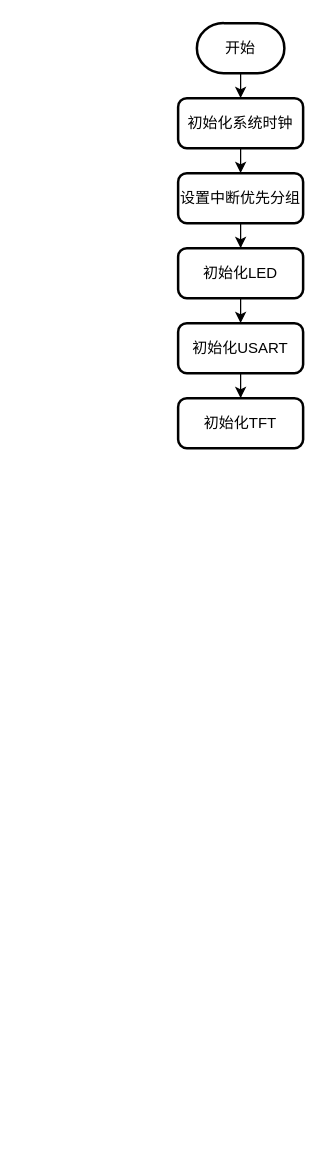
Earlier version of the draw.io diagram ARM-TFT主函数流程图.drawio (BenFromHRBUST/MyFiles). Source tidied: cells renumbered, new cells numbered last; positions are measured from the earlier drawing's top-left corner, leaving out a move shared by most shapes. Both pictures are drawn from the tidied source at 125%, with x=0, y=0 at pixel (178, 22).
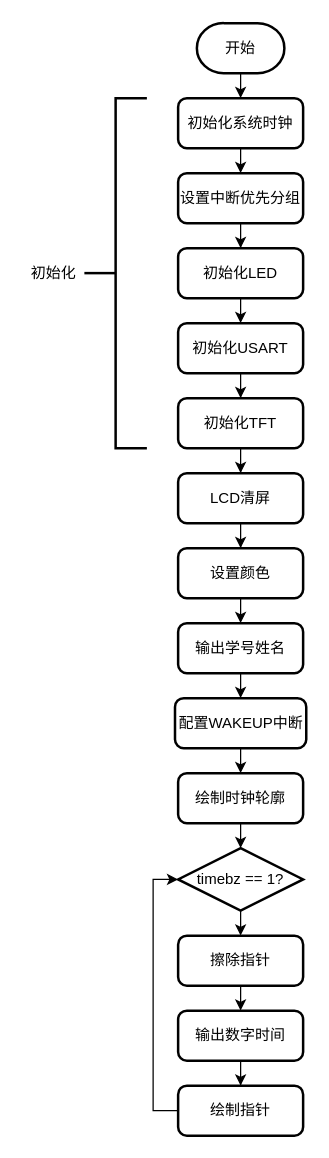
The same page after the edit.

Commit message:
更新ARM-TFT主函数流程图.drawio

The change refers to these unchanged cells:
```xml
<mxCell id="12" value="初始化TFT" style="rounded=1;whiteSpace=wrap;html=1;absoluteArcSize=1;arcSize=14;strokeWidth=2;" parent="1" vertex="1">
  <mxGeometry y="300" width="100" height="40" as="geometry" />
</mxCell>
```

The edit, as a diff of the source:
```diff
@@
+    <mxCell id="13" style="edgeStyle=orthogonalEdgeStyle;rounded=0;jettySize=auto;html=1;exitX=0.5;exitY=1;exitDx=0;exitDy=0;" parent="1" edge="1" source="12" target="17">
+      <mxGeometry relative="1" as="geometry" />
+    </mxCell>
@@
+    <mxCell id="14" style="strokeWidth=2;html=1;shape=mxgraph.flowchart.annotation_2;align=left;labelPosition=right;" parent="1" vertex="1">
+      <mxGeometry x="-75" y="60" width="50" height="280" as="geometry" />
+    </mxCell>
+    <mxCell id="15" value="&lt;div&gt;初始化&lt;/div&gt;" style="text;html=1;align=center;verticalAlign=middle;direction=east;" parent="1" vertex="1">
+      <mxGeometry x="-125" y="190" width="50" height="20" as="geometry" />
+    </mxCell>
+    <mxCell id="16" style="edgeStyle=orthogonalEdgeStyle;rounded=0;jettySize=auto;html=1;exitX=0.5;exitY=1;exitDx=0;exitDy=0;" parent="1" edge="1" source="17" target="19">
+      <mxGeometry relative="1" as="geometry" />
+    </mxCell>
+    <mxCell id="17" value="LCD清屏" style="rounded=1;whiteSpace=wrap;html=1;absoluteArcSize=1;arcSize=14;strokeWidth=2;" parent="1" vertex="1">
+      <mxGeometry y="360" width="100" height="40" as="geometry" />
+    </mxCell>
+    <mxCell id="18" style="edgeStyle=orthogonalEdgeStyle;rounded=0;jettySize=auto;html=1;exitX=0.5;exitY=1;exitDx=0;exitDy=0;entryX=0.5;entryY=0;entryDx=0;entryDy=0;" parent="1" edge="1" source="19" target="21">
+      <mxGeometry relative="1" as="geometry" />
+    </mxCell>
+    <mxCell id="19" value="设置颜色" style="rounded=1;whiteSpace=wrap;html=1;absoluteArcSize=1;arcSize=14;strokeWidth=2;" parent="1" vertex="1">
+      <mxGeometry y="420" width="100" height="40" as="geometry" />
+    </mxCell>
+    <mxCell id="20" style="edgeStyle=orthogonalEdgeStyle;rounded=0;jettySize=auto;html=1;exitX=0.5;exitY=1;exitDx=0;exitDy=0;entryX=0.5;entryY=0;entryDx=0;entryDy=0;" parent="1" edge="1" source="21" target="23">
+      <mxGeometry relative="1" as="geometry" />
+    </mxCell>
+    <mxCell id="21" value="输出学号姓名" style="rounded=1;whiteSpace=wrap;html=1;absoluteArcSize=1;arcSize=14;strokeWidth=2;" parent="1" vertex="1">
+      <mxGeometry y="480" width="100" height="40" as="geometry" />
+    </mxCell>
+    <mxCell id="22" style="edgeStyle=orthogonalEdgeStyle;rounded=0;jettySize=auto;html=1;exitX=0.5;exitY=1;exitDx=0;exitDy=0;entryX=0.5;entryY=0;entryDx=0;entryDy=0;" parent="1" edge="1" source="23" target="25">
+      <mxGeometry relative="1" as="geometry" />
+    </mxCell>
+    <mxCell id="23" value="配置WAKEUP中断" style="rounded=1;whiteSpace=wrap;html=1;absoluteArcSize=1;arcSize=14;strokeWidth=2;" parent="1" vertex="1">
+      <mxGeometry x="-2.5" y="540" width="105" height="40" as="geometry" />
+    </mxCell>
+    <mxCell id="24" style="edgeStyle=orthogonalEdgeStyle;rounded=0;jettySize=auto;html=1;exitX=0.5;exitY=1;exitDx=0;exitDy=0;entryX=0.5;entryY=0;entryDx=0;entryDy=0;entryPerimeter=0;" parent="1" edge="1" source="25" target="27">
+      <mxGeometry relative="1" as="geometry" />
+    </mxCell>
+    <mxCell id="25" value="绘制时钟轮廓" style="rounded=1;whiteSpace=wrap;html=1;absoluteArcSize=1;arcSize=14;strokeWidth=2;" parent="1" vertex="1">
+      <mxGeometry y="600" width="100" height="40" as="geometry" />
+    </mxCell>
+    <mxCell id="26" style="edgeStyle=orthogonalEdgeStyle;rounded=0;jettySize=auto;html=1;exitX=0.5;exitY=1;exitDx=0;exitDy=0;exitPerimeter=0;entryX=0.5;entryY=0;entryDx=0;entryDy=0;" parent="1" edge="1" source="27" target="29">
+      <mxGeometry relative="1" as="geometry" />
+    </mxCell>
+    <mxCell id="27" value="timebz == 1?" style="strokeWidth=2;html=1;shape=mxgraph.flowchart.decision;whiteSpace=wrap;" parent="1" vertex="1">
+      <mxGeometry y="660" width="100" height="50" as="geometry" />
+    </mxCell>
+    <mxCell id="28" style="edgeStyle=orthogonalEdgeStyle;rounded=0;jettySize=auto;html=1;exitX=0.5;exitY=1;exitDx=0;exitDy=0;entryX=0.5;entryY=0;entryDx=0;entryDy=0;" parent="1" edge="1" source="29" target="31">
+      <mxGeometry relative="1" as="geometry" />
+    </mxCell>
+    <mxCell id="29" value="擦除指针" style="rounded=1;whiteSpace=wrap;html=1;absoluteArcSize=1;arcSize=14;strokeWidth=2;" parent="1" vertex="1">
+      <mxGeometry y="730" width="100" height="40" as="geometry" />
+    </mxCell>
+    <mxCell id="30" style="edgeStyle=orthogonalEdgeStyle;rounded=0;jettySize=auto;html=1;exitX=0.5;exitY=1;exitDx=0;exitDy=0;" parent="1" edge="1" source="31" target="33">
+      <mxGeometry relative="1" as="geometry" />
+    </mxCell>
+    <mxCell id="31" value="输出数字时间" style="rounded=1;whiteSpace=wrap;html=1;absoluteArcSize=1;arcSize=14;strokeWidth=2;" parent="1" vertex="1">
+      <mxGeometry y="790" width="100" height="40" as="geometry" />
+    </mxCell>
+    <mxCell id="32" style="edgeStyle=orthogonalEdgeStyle;rounded=0;jettySize=auto;html=1;exitX=0;exitY=0.5;exitDx=0;exitDy=0;entryX=0;entryY=0.5;entryDx=0;entryDy=0;entryPerimeter=0;" parent="1" edge="1" source="33" target="27">
+      <mxGeometry relative="1" as="geometry" />
+    </mxCell>
+    <mxCell id="33" value="绘制指针" style="rounded=1;whiteSpace=wrap;html=1;absoluteArcSize=1;arcSize=14;strokeWidth=2;" parent="1" vertex="1">
+      <mxGeometry y="850" width="100" height="40" as="geometry" />
+    </mxCell>
```
